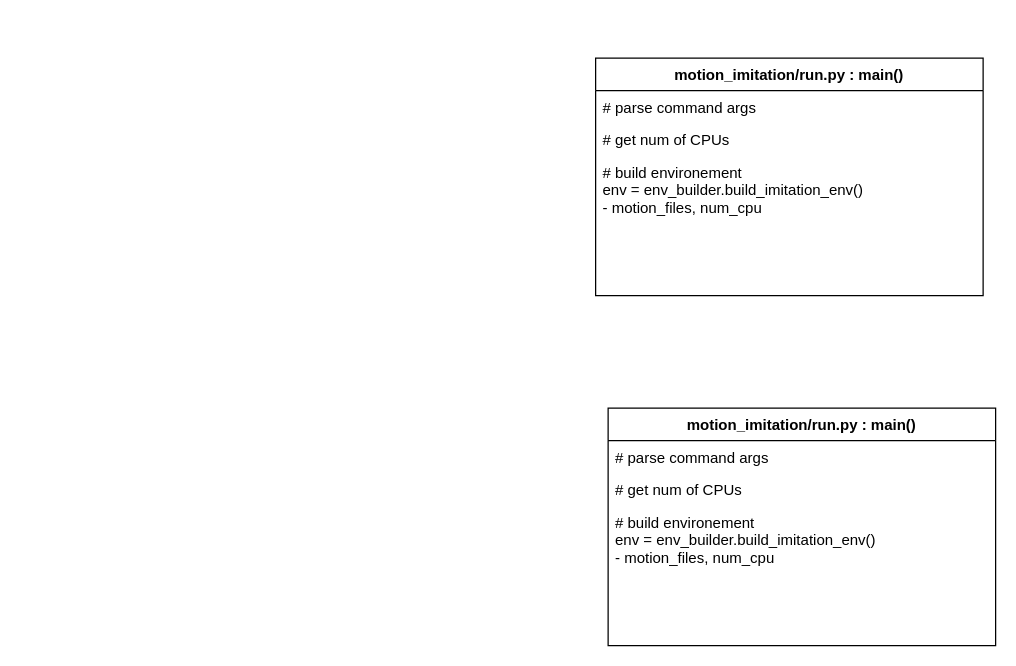
Before: graph_function.drawio in Dobid/motion_imitation, a draw.io diagram. Source tidied: cells renumbered, new cells numbered last; positions are measured from the earlier drawing's top-left corner, leaving out a move shared by most shapes. Both pictures are drawn from the tidied source at 125%, with x=0, y=0 at pixel (595, 58).
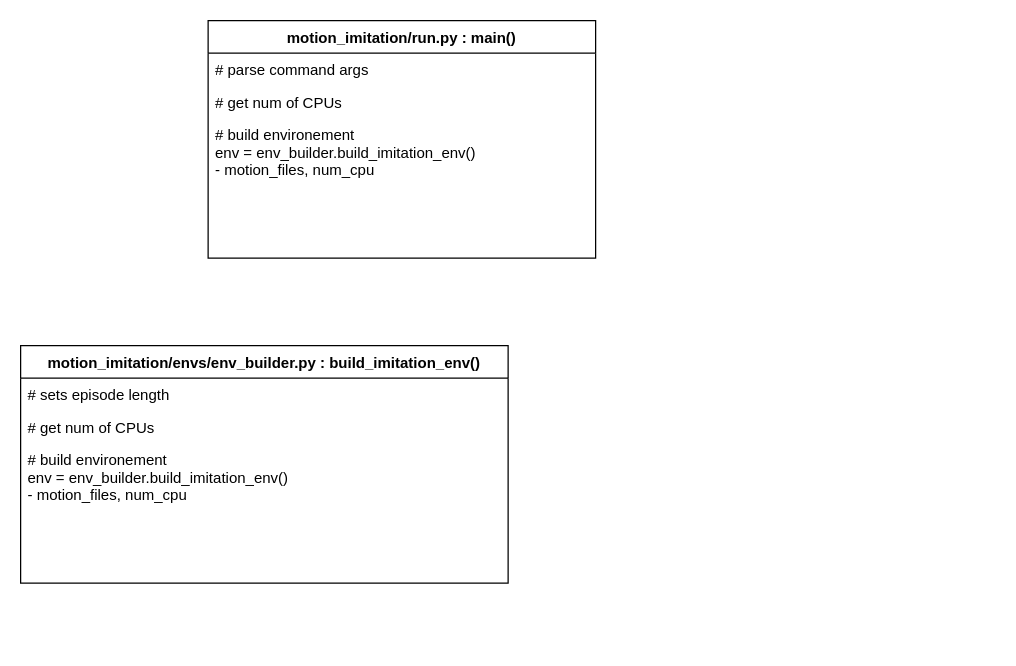
Above is the later version.

Commit message:
func graph 1

The edit, as a diff of the source:
```diff
@@
 <mxGraphModel>
   <root>
     <mxCell id="0" />
     <mxCell id="1" parent="0" />
     <mxCell id="2" value="motion_imitation/run.py : main()" style="swimlane;fontStyle=1;horizontal=1;startSize=26;fillColor=none;" parent="1" vertex="1">
-      <mxGeometry width="310" height="190" as="geometry" />
+      <mxGeometry x="-310" y="-30" width="310" height="190" as="geometry" />
     </mxCell>
     <mxCell id="3" value="# parse command args" style="text;strokeColor=none;fillColor=none;align=left;verticalAlign=top;spacingLeft=4;spacingRight=4;overflow=hidden;" parent="2" vertex="1">
       <mxGeometry y="26" width="310" height="26" as="geometry" />
     </mxCell>
     <mxCell id="4" value="# get num of CPUs" style="text;strokeColor=none;fillColor=none;align=left;verticalAlign=top;spacingLeft=4;spacingRight=4;overflow=hidden;" parent="2" vertex="1">
       <mxGeometry y="52" width="310" height="26" as="geometry" />
     </mxCell>
     <mxCell id="5" value="# build environement&#10;env = env_builder.build_imitation_env()&#10;- motion_files, num_cpu" style="text;strokeColor=none;fillColor=none;align=left;verticalAlign=top;spacingLeft=4;spacingRight=4;overflow=hidden;" parent="2" vertex="1">
       <mxGeometry y="78" width="310" height="112" as="geometry" />
     </mxCell>
-    <mxCell id="6" value="motion_imitation/run.py : main()" style="swimlane;fontStyle=1;horizontal=1;startSize=26;fillColor=none;" parent="1" vertex="1">
-      <mxGeometry x="10" y="280" width="310" height="190" as="geometry" />
+    <mxCell id="6" value="motion_imitation/envs/env_builder.py : build_imitation_env()" style="swimlane;fontStyle=1;horizontal=1;startSize=26;fillColor=none;" parent="1" vertex="1">
+      <mxGeometry x="-460" y="230" width="390" height="190" as="geometry" />
     </mxCell>
-    <mxCell id="7" value="# parse command args" style="text;strokeColor=none;fillColor=none;align=left;verticalAlign=top;spacingLeft=4;spacingRight=4;overflow=hidden;" parent="6" vertex="1">
-      <mxGeometry y="26" width="310" height="26" as="geometry" />
+    <mxCell id="7" value="# sets episode length" style="text;strokeColor=none;fillColor=none;align=left;verticalAlign=top;spacingLeft=4;spacingRight=4;overflow=hidden;" parent="6" vertex="1">
+      <mxGeometry y="26" width="390" height="26" as="geometry" />
     </mxCell>
     <mxCell id="8" value="# get num of CPUs" style="text;strokeColor=none;fillColor=none;align=left;verticalAlign=top;spacingLeft=4;spacingRight=4;overflow=hidden;" parent="6" vertex="1">
-      <mxGeometry y="52" width="310" height="26" as="geometry" />
+      <mxGeometry y="52" width="390" height="26" as="geometry" />
     </mxCell>
     <mxCell id="9" value="# build environement&#10;env = env_builder.build_imitation_env()&#10;- motion_files, num_cpu" style="text;strokeColor=none;fillColor=none;align=left;verticalAlign=top;spacingLeft=4;spacingRight=4;overflow=hidden;" parent="6" vertex="1">
-      <mxGeometry y="78" width="310" height="112" as="geometry" />
+      <mxGeometry y="78" width="390" height="112" as="geometry" />
     </mxCell>
   </root>
 </mxGraphModel>
```
